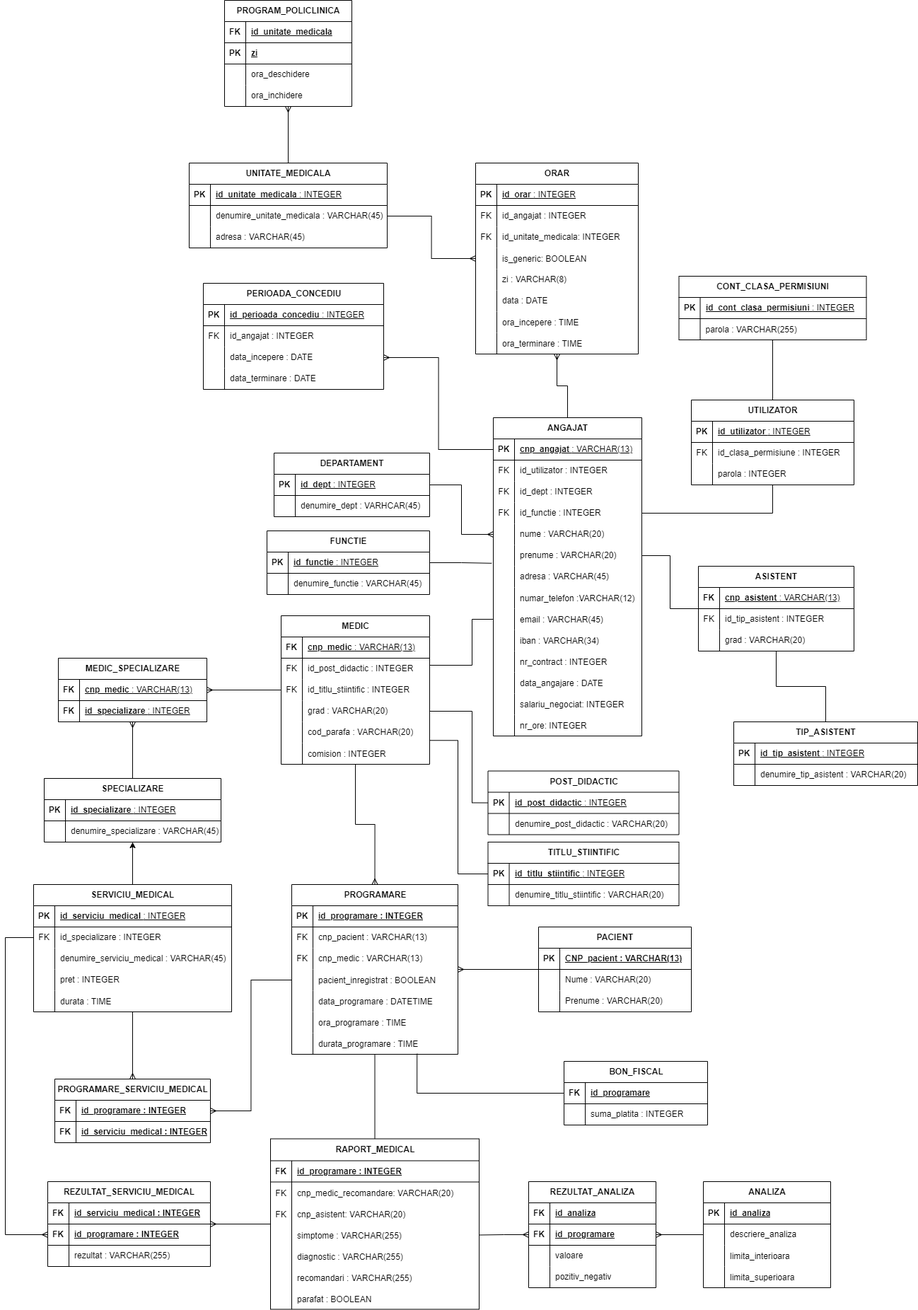
bmarcu13/ProiectBD keeps this draw.io diagram as ERD.drawio.png. Above is the earlier version. Source tidied: cells renumbered, new cells last; positions are measured from the earlier drawing's top-left corner, leaving out a move shared by most shapes.
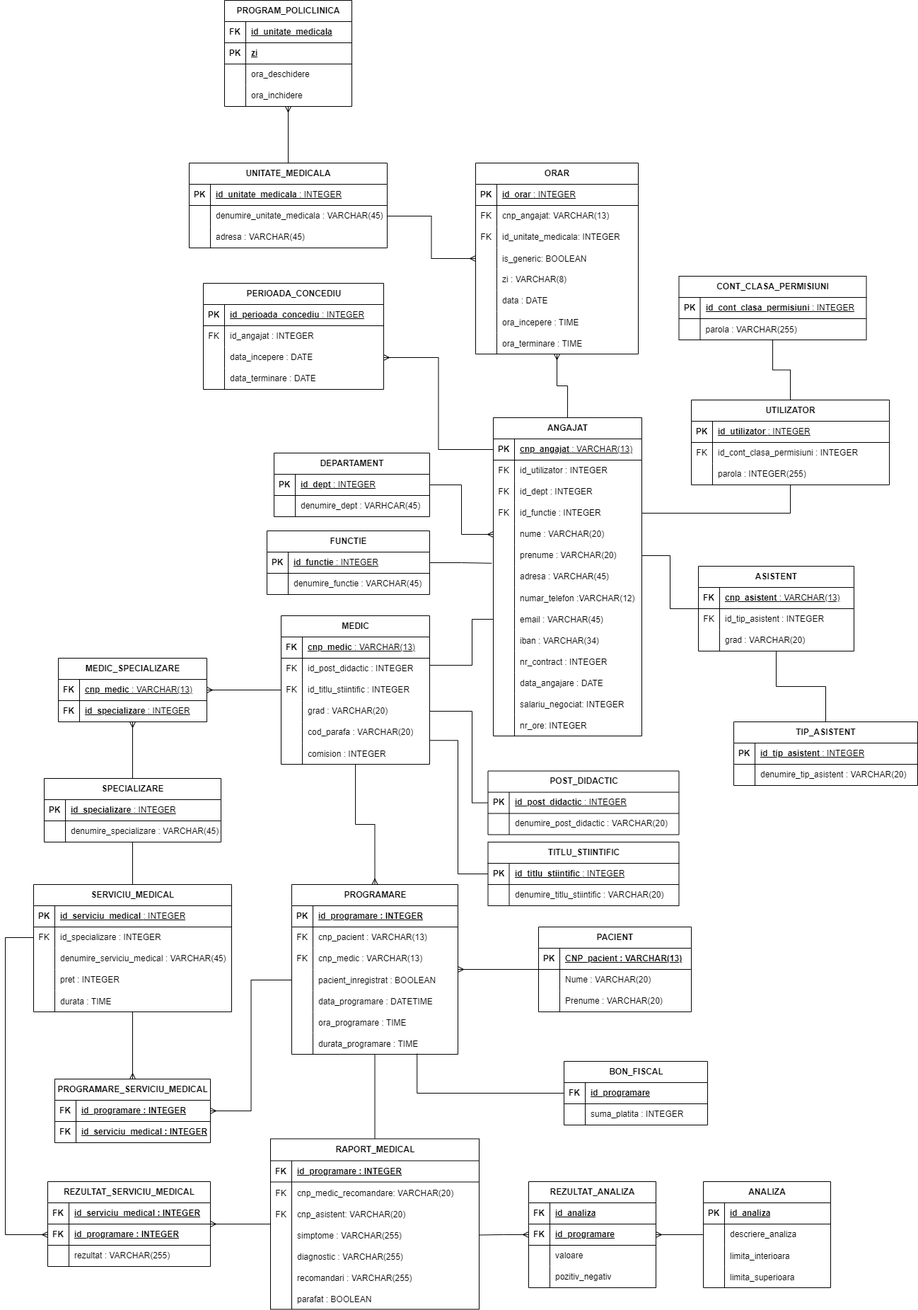
Later version of the same file.

Change to the diagram source:
```diff
@@ -462,38 +462,38 @@
     <mxCell id="151" value="durata : TIME" style="shape=partialRectangle;fillColor=none;top=0;left=0;bottom=0;right=0;align=left;spacingLeft=6;overflow=hidden;" parent="149" vertex="1">
       <mxGeometry x="30" width="250" height="30" as="geometry" />
     </mxCell>
-    <mxCell id="152" style="edgeStyle=orthogonalEdgeStyle;rounded=0;jettySize=auto;html=1;endArrow=none;endFill=0;startArrow=classic;startFill=1;" parent="1" edge="1" source="60" target="136">
+    <mxCell id="152" style="edgeStyle=orthogonalEdgeStyle;rounded=0;jettySize=auto;html=1;endArrow=none;endFill=0;startArrow=none;startFill=0;" parent="1" edge="1" source="60" target="136">
       <mxGeometry relative="1" as="geometry" />
     </mxCell>
     <mxCell id="153" value="UTILIZATOR" style="shape=table;startSize=30;rowLines=0;fontStyle=1;align=center;html=1;" parent="1" vertex="1">
-      <mxGeometry x="970" y="565" width="230" height="120" as="geometry" />
+      <mxGeometry x="970" y="565" width="280" height="120" as="geometry" />
     </mxCell>
     <mxCell id="154" style="shape=tableRow;horizontal=0;startSize=0;swimlaneHead=0;swimlaneBody=0;fillColor=none;top=0;left=0;right=0;bottom=1;" parent="153" vertex="1">
-      <mxGeometry y="30" width="230" height="30" as="geometry" />
+      <mxGeometry y="30" width="280" height="30" as="geometry" />
     </mxCell>
     <mxCell id="155" value="PK" style="shape=partialRectangle;fillColor=none;top=0;left=0;bottom=0;right=0;fontStyle=1;overflow=hidden;whiteSpace=wrap;html=1;" parent="154" vertex="1">
       <mxGeometry width="30" height="30" as="geometry" />
     </mxCell>
     <mxCell id="156" value="id_utilizator &lt;span style=&quot;font-weight: normal;&quot;&gt;: INTEGER&lt;/span&gt;" style="shape=partialRectangle;fillColor=none;top=0;left=0;bottom=0;right=0;align=left;spacingLeft=6;fontStyle=5;overflow=hidden;whiteSpace=wrap;html=1;" parent="154" vertex="1">
-      <mxGeometry x="30" width="200" height="30" as="geometry" />
+      <mxGeometry x="30" width="250" height="30" as="geometry" />
     </mxCell>
     <mxCell id="157" style="shape=tableRow;horizontal=0;startSize=0;swimlaneHead=0;swimlaneBody=0;fillColor=none;top=0;left=0;right=0;bottom=0;" parent="153" vertex="1">
-      <mxGeometry y="60" width="230" height="30" as="geometry" />
+      <mxGeometry y="60" width="280" height="30" as="geometry" />
     </mxCell>
     <mxCell id="158" value="FK" style="shape=partialRectangle;fillColor=none;top=0;left=0;bottom=0;right=0;fontStyle=0;overflow=hidden;whiteSpace=wrap;html=1;" parent="157" vertex="1">
       <mxGeometry width="30" height="30" as="geometry" />
     </mxCell>
-    <mxCell id="159" value="id_clasa_permisiune : INTEGER" style="shape=partialRectangle;fillColor=none;top=0;left=0;bottom=0;right=0;align=left;spacingLeft=6;fontStyle=0;overflow=hidden;whiteSpace=wrap;html=1;" parent="157" vertex="1">
-      <mxGeometry x="30" width="200" height="30" as="geometry" />
+    <mxCell id="159" value="id_cont_clasa_permisiuni : INTEGER" style="shape=partialRectangle;fillColor=none;top=0;left=0;bottom=0;right=0;align=left;spacingLeft=6;fontStyle=0;overflow=hidden;whiteSpace=wrap;html=1;" parent="157" vertex="1">
+      <mxGeometry x="30" width="250" height="30" as="geometry" />
     </mxCell>
     <mxCell id="160" style="shape=tableRow;horizontal=0;startSize=0;swimlaneHead=0;swimlaneBody=0;fillColor=none;points=[[0,0.5],[1,0.5]];portConstraint=eastwest;top=0;left=0;right=0;bottom=0;" parent="153" vertex="1">
-      <mxGeometry y="90" width="230" height="30" as="geometry" />
+      <mxGeometry y="90" width="280" height="30" as="geometry" />
     </mxCell>
     <mxCell id="161" style="shape=partialRectangle;fillColor=none;top=0;left=0;bottom=0;right=0;overflow=hidden;whiteSpace=wrap;html=1;" parent="160" vertex="1">
       <mxGeometry width="30" height="30" as="geometry" />
     </mxCell>
-    <mxCell id="162" value="parola : INTEGER" style="shape=partialRectangle;fillColor=none;top=0;left=0;bottom=0;right=0;align=left;spacingLeft=6;overflow=hidden;whiteSpace=wrap;html=1;" parent="160" vertex="1">
-      <mxGeometry x="30" width="200" height="30" as="geometry" />
+    <mxCell id="162" value="parola : INTEGER(255)" style="shape=partialRectangle;fillColor=none;top=0;left=0;bottom=0;right=0;align=left;spacingLeft=6;overflow=hidden;whiteSpace=wrap;html=1;" parent="160" vertex="1">
+      <mxGeometry x="30" width="250" height="30" as="geometry" />
     </mxCell>
     <mxCell id="163" style="edgeStyle=orthogonalEdgeStyle;rounded=0;jettySize=auto;html=1;entryX=0.5;entryY=0;entryDx=0;entryDy=0;endArrow=none;endFill=0;" parent="1" edge="1" source="128" target="153">
       <mxGeometry relative="1" as="geometry" />
@@ -886,7 +886,7 @@
     <mxCell id="289" value="FK" style="shape=partialRectangle;fillColor=none;top=0;left=0;bottom=0;right=0;fontStyle=0;overflow=hidden;whiteSpace=wrap;html=1;" parent="288" vertex="1">
       <mxGeometry width="30" height="30" as="geometry" />
     </mxCell>
-    <mxCell id="290" value="id_angajat : INTEGER" style="shape=partialRectangle;fillColor=none;top=0;left=0;bottom=0;right=0;align=left;spacingLeft=6;fontStyle=0;overflow=hidden;whiteSpace=wrap;html=1;" parent="288" vertex="1">
+    <mxCell id="290" value="cnp_angajat: VARCHAR(13)" style="shape=partialRectangle;fillColor=none;top=0;left=0;bottom=0;right=0;align=left;spacingLeft=6;fontStyle=0;overflow=hidden;whiteSpace=wrap;html=1;" parent="288" vertex="1">
       <mxGeometry x="30" width="200" height="30" as="geometry" />
     </mxCell>
     <mxCell id="291" style="shape=tableRow;horizontal=0;startSize=0;swimlaneHead=0;swimlaneBody=0;fillColor=none;top=0;left=0;right=0;bottom=0;" parent="284" vertex="1">
```
